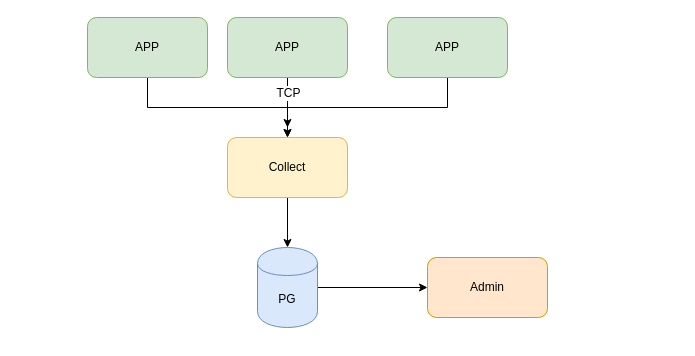
Earlier version of the draw.io diagram jacoco-design.drawio (zyhui98/drawio). Source tidied: cells renumbered, new cells numbered last; positions are measured from the earlier drawing's top-left corner, leaving out a move shared by most shapes. Both pictures are drawn from the tidied source at 100%, with x=0, y=0 at pixel (87, 17).
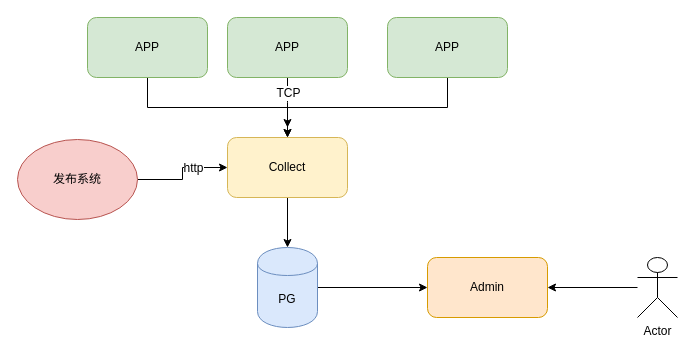
The same diagram, later.

The change refers to these unchanged cells:
```xml
<mxCell id="5" value="Collect" style="rounded=1;whiteSpace=wrap;html=1;fillColor=#fff2cc;strokeColor=#d6b656;" parent="1" vertex="1">
  <mxGeometry x="140" y="120" width="120" height="60" as="geometry" />
</mxCell>
<mxCell id="12" value="APP" style="rounded=1;whiteSpace=wrap;html=1;fillColor=#d5e8d4;strokeColor=#82b366;flipH=0;" parent="1" vertex="1">
  <mxGeometry x="300" width="120" height="60" as="geometry" />
</mxCell>
<mxCell id="13" value="Admin" style="rounded=1;whiteSpace=wrap;html=1;fillColor=#ffe6cc;strokeColor=#d79b00;" parent="1" vertex="1">
  <mxGeometry x="340" y="240" width="120" height="60" as="geometry" />
</mxCell>
```

The edit, as a diff of the source:
```diff
@@
     <mxCell id="11" style="edgeStyle=orthogonalEdgeStyle;rounded=0;jettySize=auto;html=1;exitX=0.5;exitY=1;exitDx=0;exitDy=0;entryX=0.5;entryY=0;entryDx=0;entryDy=0;" parent="1" edge="1" source="12" target="5">
-      <mxGeometry relative="1" as="geometry" />
+      <mxGeometry relative="1" as="geometry">
+        <Array as="points">
+          <mxPoint x="360" y="90" />
+          <mxPoint x="200" y="90" />
+        </Array>
+      </mxGeometry>
     </mxCell>
@@
+    <mxCell id="14" style="edgeStyle=orthogonalEdgeStyle;rounded=0;jettySize=auto;html=1;entryX=1;entryY=0.5;entryDx=0;entryDy=0;" parent="1" edge="1" source="15" target="13">
+      <mxGeometry relative="1" as="geometry" />
+    </mxCell>
+    <mxCell id="15" value="Actor" style="shape=umlActor;verticalLabelPosition=bottom;labelBackgroundColor=#ffffff;verticalAlign=top;html=1;outlineConnect=0;" parent="1" vertex="1">
+      <mxGeometry x="550" y="240" width="40" height="60" as="geometry" />
+    </mxCell>
+    <mxCell id="16" style="edgeStyle=orthogonalEdgeStyle;rounded=0;jettySize=auto;html=1;exitX=1;exitY=0.5;exitDx=0;exitDy=0;" parent="1" edge="1" source="18" target="5">
+      <mxGeometry relative="1" as="geometry" />
+    </mxCell>
+    <mxCell id="17" value="http&lt;br&gt;" style="text;html=1;align=center;verticalAlign=middle;labelBackgroundColor=#ffffff;" parent="16" vertex="1">
+      <mxGeometry x="0.31" relative="1" as="geometry" />
+    </mxCell>
+    <mxCell id="18" value="发布系统" style="ellipse;whiteSpace=wrap;html=1;fillColor=#f8cecc;strokeColor=#b85450;" parent="1" vertex="1">
+      <mxGeometry x="-70" y="122" width="120" height="80" as="geometry" />
+    </mxCell>
```
